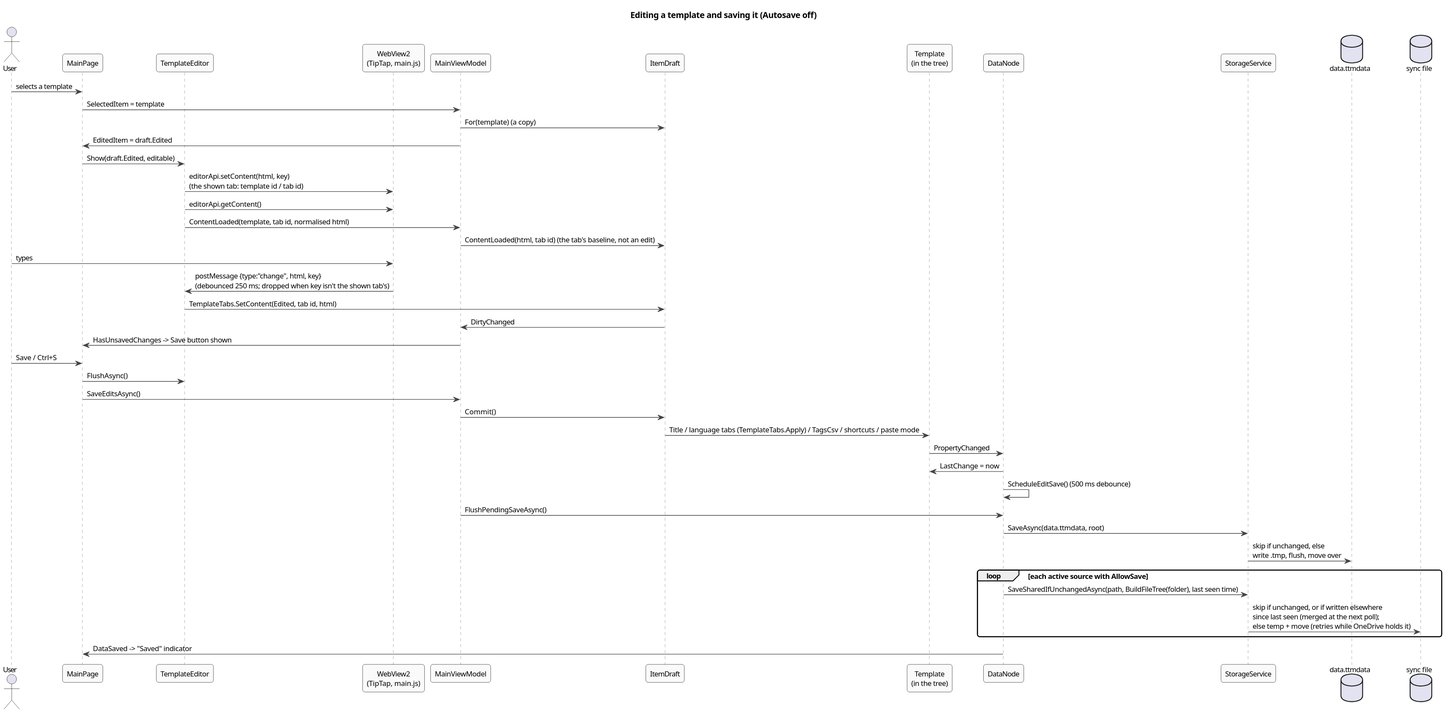
Above: docs/architecture/diagrams/seq-edit-save.svg in halatsWol/TextTemplateManager-v2 (PlantUML), before the change.
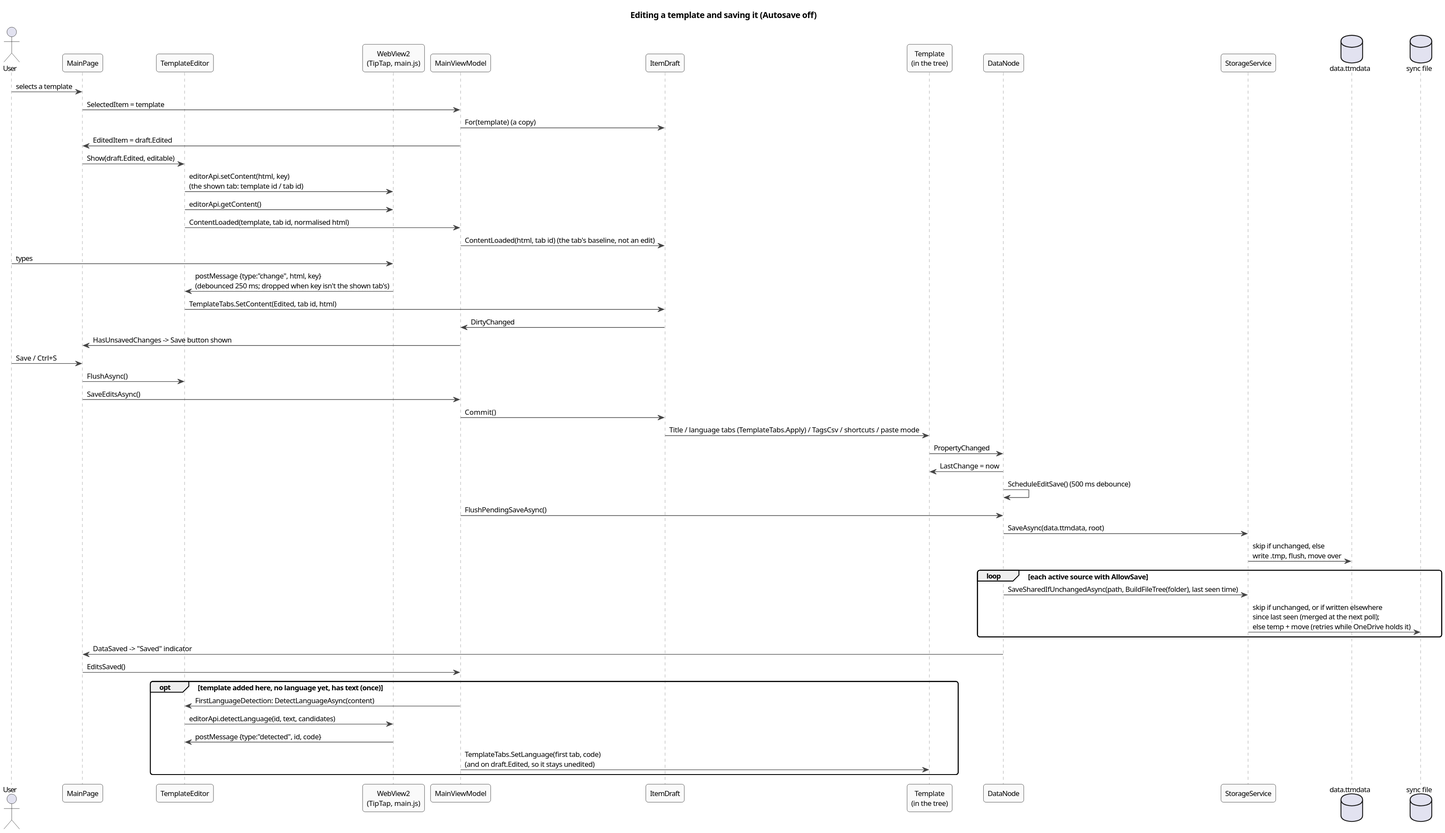
The same diagram one commit later.

Change to the diagram source:
```diff
@@ -46,4 +46,11 @@
   StorageService -> SyncFile : skip if unchanged, or if written elsewhere\nsince last seen (merged at the next poll);\nelse temp + move (retries while OneDrive holds it)
 end
 DataNode -> MainPage : DataSaved -> "Saved" indicator
+MainPage -> MainViewModel : EditsSaved()
+opt template added here, no language yet, has text (once)
+  MainViewModel -> TemplateEditor : FirstLanguageDetection: DetectLanguageAsync(content)
+  TemplateEditor -> Web : editorApi.detectLanguage(id, text, candidates)
+  Web -> TemplateEditor : postMessage {type:"detected", id, code}
+  MainViewModel -> Original : TemplateTabs.SetLanguage(first tab, code)\n(and on draft.Edited, so it stays unedited)
+end
 @enduml
```
